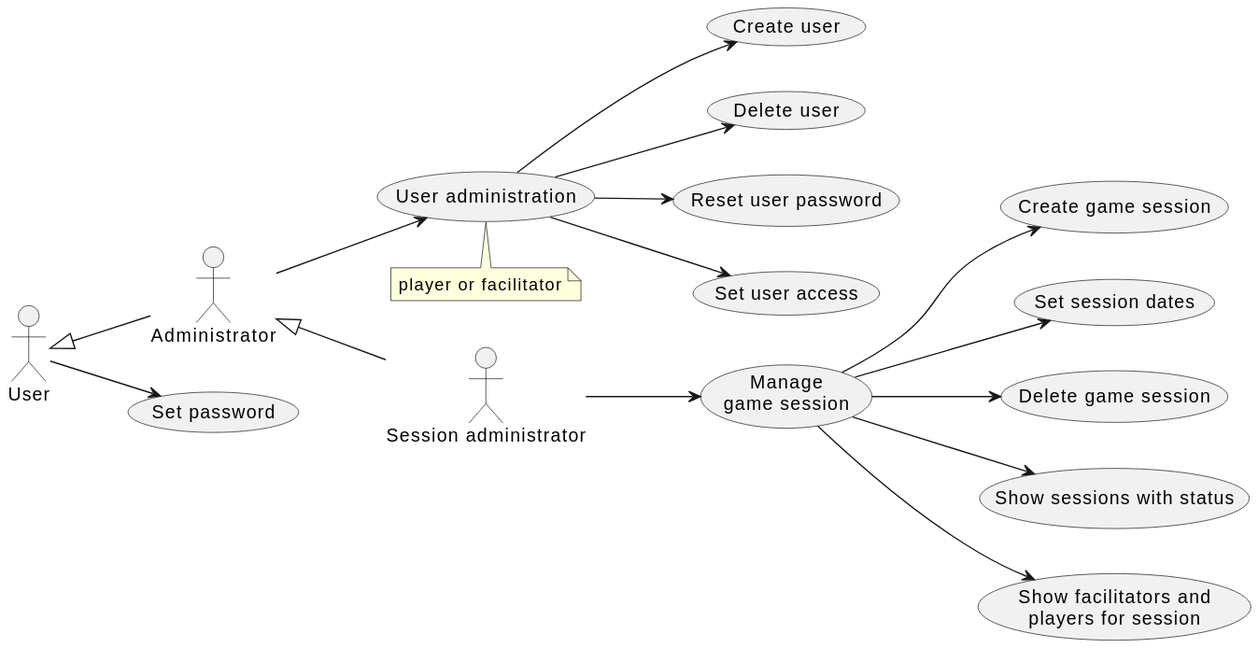
Before: doc/1-use-cases/diagrams/session-administration.svg, a diagram exported from PlantUML (averbraeck/gscg-design).
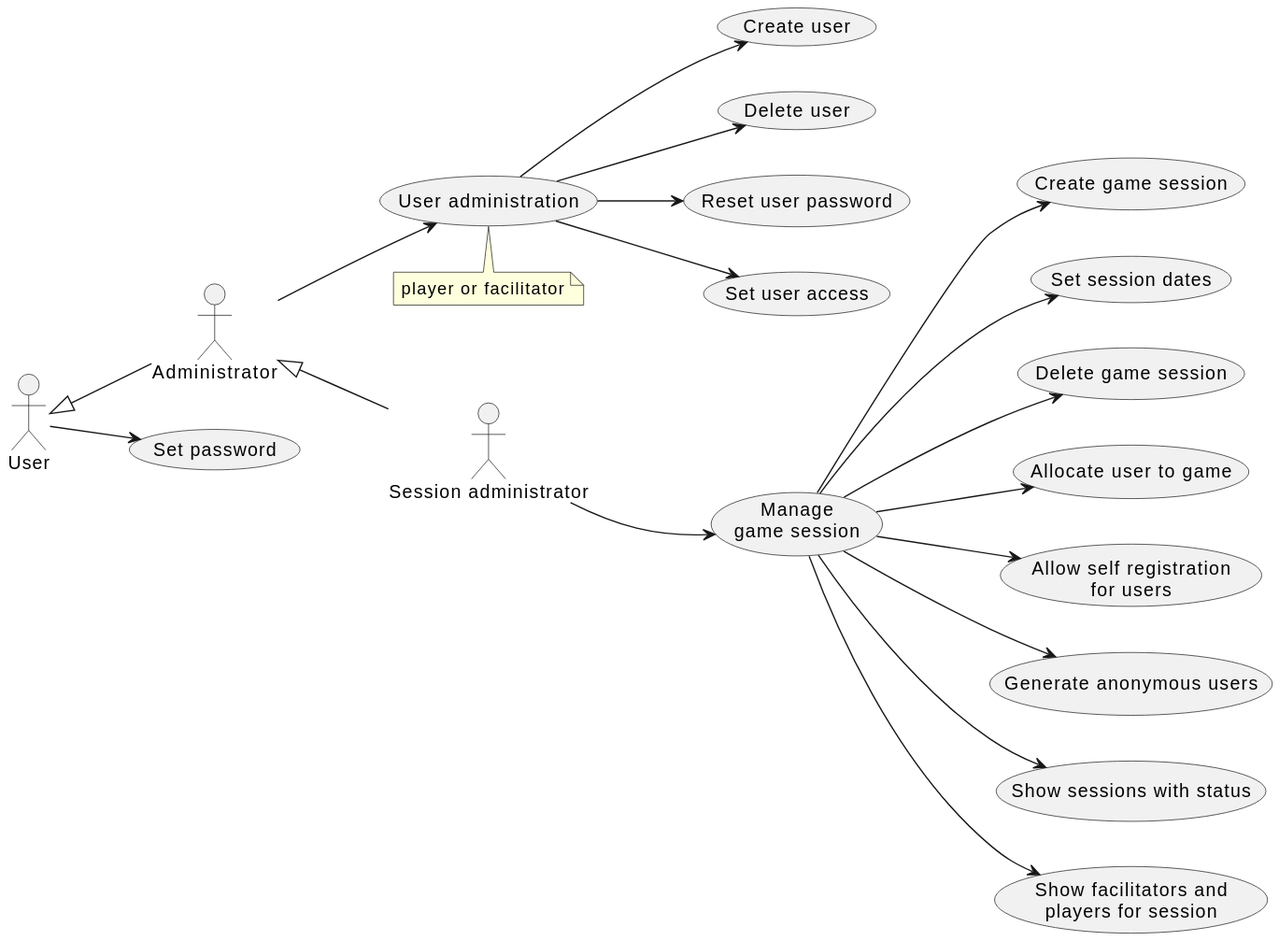
After the commit.

The edit, as a diff of the source:
```diff
@@ -18,10 +18,13 @@
 (User administration) --> (Set user access)
 
 "Manage\ngame session" as (Manage)
-SA --> Manage
+SA --> Manage : "\n\n\n\n\n\n\n\n\n\n"
 Manage --> (Create game session)
 Manage --> (Set session dates)
 Manage --> (Delete game session)
+Manage --> (Allocate user to game)
+Manage --> (Allow self registration\nfor users)
+Manage --> (Generate anonymous users)
 Manage --> (Show sessions with status)
 Manage --> (Show facilitators and\nplayers for session)
 @enduml
```
